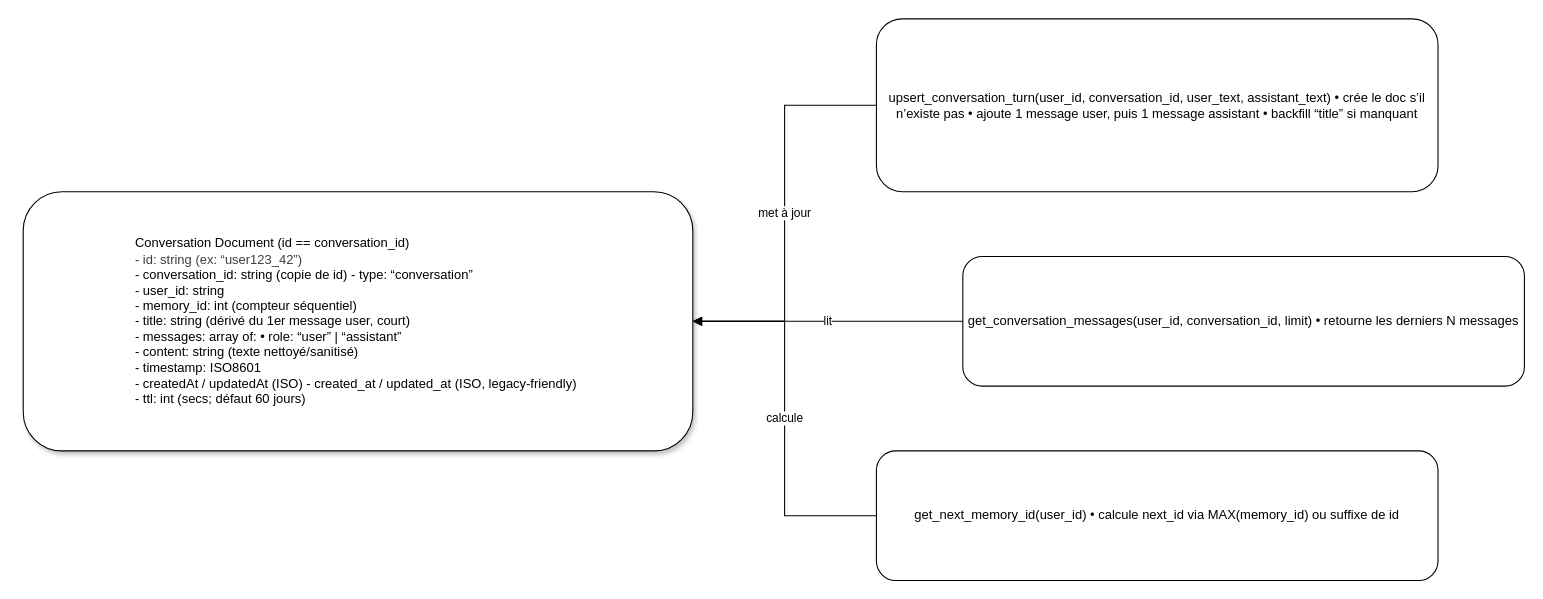
This is page "Cosmos Memory Model" (4 of 5) of images/mcp_orchestrations.drawio from PlumyCat/func-orchestr-mcp, a draw.io file, before an edit. Source tidied: cells renumbered, new cells numbered last; positions are measured from the earlier drawing's top-left corner, leaving out a move shared by most shapes. Both pictures are drawn from the tidied source at 108%, with x=0, y=0 at pixel (23, 18).
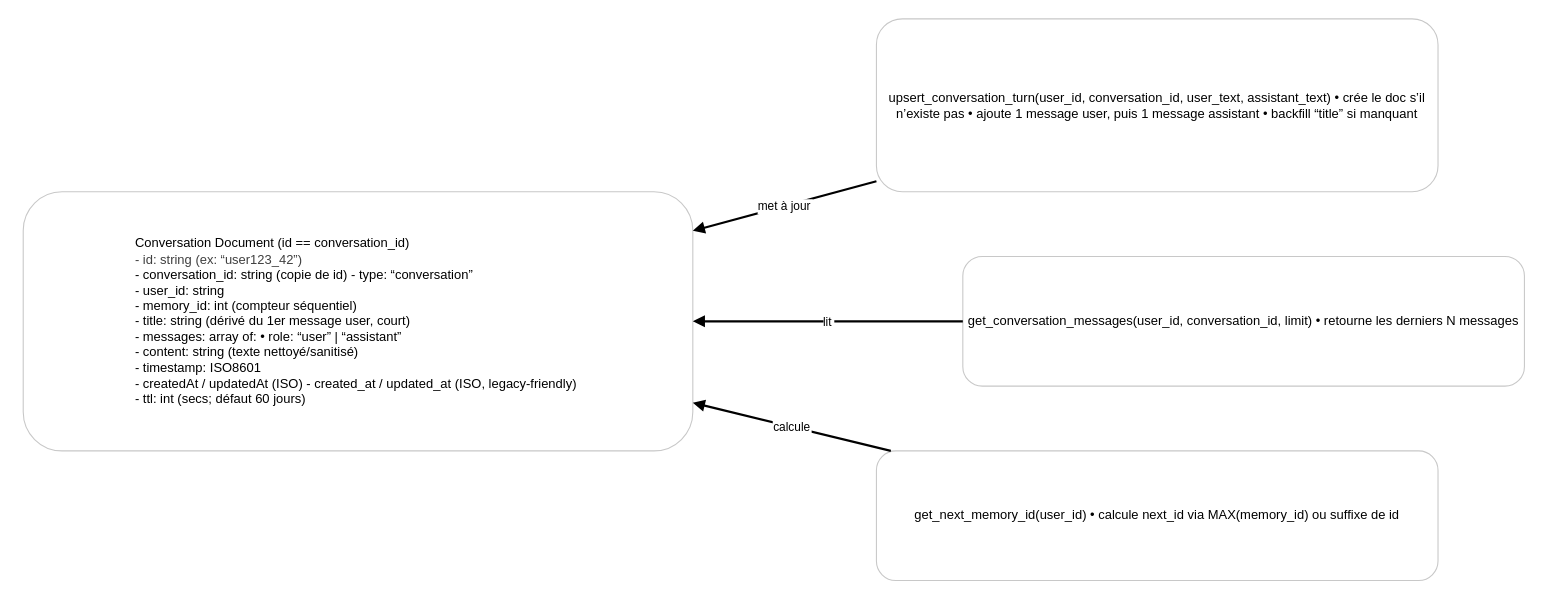
Above is the later version.

What changed in the source:
```diff
@@
 <mxGraphModel>
   <root>
     <mxCell id="0" />
     <mxCell id="1" parent="0" />
-    <mxCell id="2" value="&lt;div style=&quot;text-align: justify;&quot;&gt;&lt;span style=&quot;background-color: transparent;&quot;&gt;Conversation Document (id == conversation_id)&amp;nbsp;&lt;/span&gt;&lt;/div&gt;&lt;div&gt;&lt;div style=&quot;text-align: justify;&quot;&gt;&lt;span style=&quot;color: rgb(63, 63, 63); background-color: transparent;&quot;&gt;- id: string (ex: “user123_42”)&amp;nbsp;&lt;/span&gt;&lt;/div&gt;&lt;div style=&quot;text-align: justify;&quot;&gt;- conversation_id: string (copie de id) - type: “conversation”&amp;nbsp;&lt;/div&gt;&lt;div style=&quot;text-align: justify;&quot;&gt;- user_id: string&amp;nbsp;&lt;/div&gt;&lt;div style=&quot;text-align: justify;&quot;&gt;- memory_id: int (compteur séquentiel)&amp;nbsp;&lt;/div&gt;&lt;div style=&quot;text-align: justify;&quot;&gt;- title: string (dérivé du 1er message user, court)&amp;nbsp;&lt;/div&gt;&lt;div style=&quot;text-align: justify;&quot;&gt;- messages: array of:     • role: “user” | “assistant”&amp;nbsp;&lt;/div&gt;&lt;div style=&quot;text-align: justify;&quot;&gt;- content: string (texte nettoyé/sanitisé)&amp;nbsp;&lt;/div&gt;&lt;div style=&quot;text-align: justify;&quot;&gt;- timestamp: ISO8601&amp;nbsp;&lt;/div&gt;&lt;div style=&quot;text-align: justify;&quot;&gt;- createdAt / updatedAt (ISO) - created_at / updated_at (ISO, legacy-friendly)&amp;nbsp;&lt;/div&gt;&lt;div style=&quot;text-align: justify;&quot;&gt;- ttl: int (secs; défaut 60 jours)&lt;/div&gt;&lt;/div&gt;" style="whiteSpace=wrap;html=1;rounded=1;shadow=1;align=center;" parent="1" vertex="1">
+    <mxCell id="2" value="&lt;div style=&quot;text-align: justify;&quot;&gt;&lt;span style=&quot;background-color: transparent;&quot;&gt;Conversation Document (id == conversation_id)&amp;nbsp;&lt;/span&gt;&lt;/div&gt;&lt;div&gt;&lt;div style=&quot;text-align: justify;&quot;&gt;&lt;span style=&quot;color: rgb(63, 63, 63); background-color: transparent;&quot;&gt;- id: string (ex: “user123_42”)&amp;nbsp;&lt;/span&gt;&lt;/div&gt;&lt;div style=&quot;text-align: justify;&quot;&gt;- conversation_id: string (copie de id) - type: “conversation”&amp;nbsp;&lt;/div&gt;&lt;div style=&quot;text-align: justify;&quot;&gt;- user_id: string&amp;nbsp;&lt;/div&gt;&lt;div style=&quot;text-align: justify;&quot;&gt;- memory_id: int (compteur séquentiel)&amp;nbsp;&lt;/div&gt;&lt;div style=&quot;text-align: justify;&quot;&gt;- title: string (dérivé du 1er message user, court)&amp;nbsp;&lt;/div&gt;&lt;div style=&quot;text-align: justify;&quot;&gt;- messages: array of:     • role: “user” | “assistant”&amp;nbsp;&lt;/div&gt;&lt;div style=&quot;text-align: justify;&quot;&gt;- content: string (texte nettoyé/sanitisé)&amp;nbsp;&lt;/div&gt;&lt;div style=&quot;text-align: justify;&quot;&gt;- timestamp: ISO8601&amp;nbsp;&lt;/div&gt;&lt;div style=&quot;text-align: justify;&quot;&gt;- createdAt / updatedAt (ISO) - created_at / updated_at (ISO, legacy-friendly)&amp;nbsp;&lt;/div&gt;&lt;div style=&quot;text-align: justify;&quot;&gt;- ttl: int (secs; défaut 60 jours)&lt;/div&gt;&lt;/div&gt;" style="rounded=1;whiteSpace=wrap;html=1;fillColor=#FFFFFF;strokeColor=#C8C8C8;fontSize=12;" parent="1" vertex="1">
       <mxGeometry y="160" width="620" height="240" as="geometry" />
     </mxCell>
-    <mxCell id="3" value="upsert_conversation_turn(user_id, conversation_id, user_text, assistant_text) • crée le doc s’il n’existe pas • ajoute 1 message user, puis 1 message assistant • backfill “title” si manquant" style="rounded=1;whiteSpace=wrap;html=1;" parent="1" vertex="1">
+    <mxCell id="3" value="upsert_conversation_turn(user_id, conversation_id, user_text, assistant_text) • crée le doc s’il n’existe pas • ajoute 1 message user, puis 1 message assistant • backfill “title” si manquant" style="rounded=1;whiteSpace=wrap;html=1;fillColor=#FFFFFF;strokeColor=#C8C8C8;fontSize=12;" parent="1" vertex="1">
       <mxGeometry x="790" width="520" height="160" as="geometry" />
     </mxCell>
-    <mxCell id="4" value="get_conversation_messages(user_id, conversation_id, limit) • retourne les derniers N messages" style="rounded=1;whiteSpace=wrap;html=1;" parent="1" vertex="1">
+    <mxCell id="4" value="get_conversation_messages(user_id, conversation_id, limit) • retourne les derniers N messages" style="rounded=1;whiteSpace=wrap;html=1;fillColor=#FFFFFF;strokeColor=#C8C8C8;fontSize=12;" parent="1" vertex="1">
       <mxGeometry x="870" y="220" width="520" height="120" as="geometry" />
     </mxCell>
-    <mxCell id="5" value="get_next_memory_id(user_id) • calcule next_id via MAX(memory_id) ou suffixe de id" style="rounded=1;whiteSpace=wrap;html=1;" parent="1" vertex="1">
+    <mxCell id="5" value="get_next_memory_id(user_id) • calcule next_id via MAX(memory_id) ou suffixe de id" style="rounded=1;whiteSpace=wrap;html=1;fillColor=#FFFFFF;strokeColor=#C8C8C8;fontSize=12;" parent="1" vertex="1">
       <mxGeometry x="790" y="400" width="520" height="120" as="geometry" />
     </mxCell>
-    <mxCell id="6" value="met à jour" style="edgeStyle=orthogonalEdgeStyle;rounded=0;jettySize=auto;html=1;endArrow=block;" parent="1" edge="1" source="3" target="2">
+    <mxCell id="6" value="met à jour" style="endArrow=block;rounded=1;strokeWidth=2;" parent="1" edge="1" source="3" target="2">
       <mxGeometry relative="1" as="geometry" />
     </mxCell>
-    <mxCell id="7" value="lit" style="edgeStyle=orthogonalEdgeStyle;rounded=0;jettySize=auto;html=1;endArrow=block;" parent="1" edge="1" source="4" target="2">
+    <mxCell id="7" value="lit" style="endArrow=block;rounded=1;strokeWidth=2;" parent="1" edge="1" source="4" target="2">
       <mxGeometry relative="1" as="geometry" />
     </mxCell>
-    <mxCell id="8" value="calcule" style="edgeStyle=orthogonalEdgeStyle;rounded=0;jettySize=auto;html=1;endArrow=block;" parent="1" edge="1" source="5" target="2">
+    <mxCell id="8" value="calcule" style="endArrow=block;rounded=1;strokeWidth=2;" parent="1" edge="1" source="5" target="2">
       <mxGeometry relative="1" as="geometry" />
     </mxCell>
   </root>
 </mxGraphModel>
```
